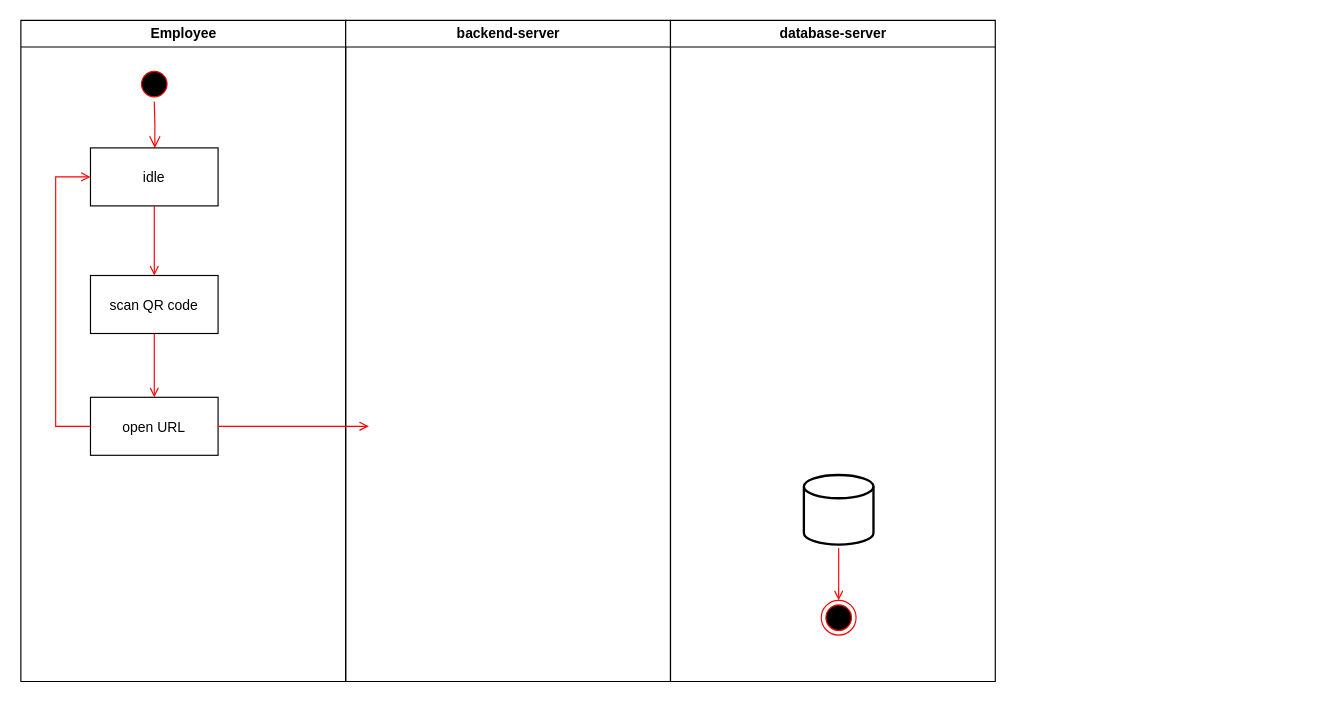
This is general-diagram.drawio from Hunkizzz/project-zebra-diagrams, a draw.io file, before an edit. Source tidied: cells renumbered, new cells numbered last; positions are measured from the earlier drawing's top-left corner, leaving out a move shared by most shapes. Both pictures are drawn from the tidied source at 116%, with x=0, y=0 at pixel (20, 20).
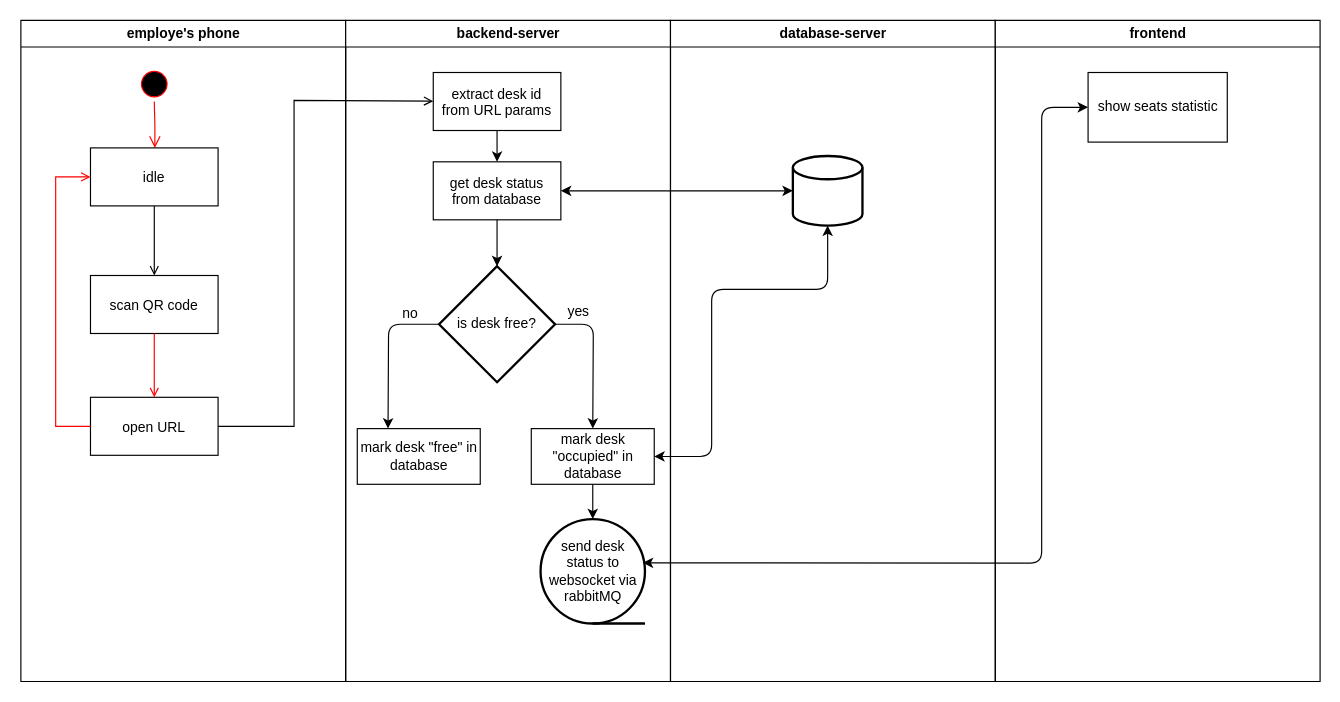
After the change.

Unchanged cells that the change refers to:
```xml
<mxCell id="5" value="idle" parent="2" vertex="1">
  <mxGeometry x="60" y="110" width="110" height="50" as="geometry" />
</mxCell>
<mxCell id="6" value="scan QR code" parent="2" vertex="1">
  <mxGeometry x="60" y="220" width="110" height="50" as="geometry" />
</mxCell>
<mxCell id="8" value="open URL" parent="2" vertex="1">
  <mxGeometry x="60" y="325" width="110" height="50" as="geometry" />
</mxCell>
<mxCell id="11" value="backend-server" style="swimlane;whiteSpace=wrap;" parent="1" vertex="1">
  <mxGeometry x="280.5" width="280" height="570" as="geometry" />
</mxCell>
<mxCell id="12" value="database-server" style="swimlane;whiteSpace=wrap;" parent="1" vertex="1">
  <mxGeometry x="560.5" width="280" height="570" as="geometry" />
</mxCell>
```

Change to the diagram source:
```diff
@@
-    <mxCell id="2" value="Employee" style="swimlane;whiteSpace=wrap;" parent="1" vertex="1">
+    <mxCell id="2" value="employe's phone" style="swimlane;whiteSpace=wrap;" parent="1" vertex="1">
       <mxGeometry x="0.5" width="280" height="570" as="geometry" />
     </mxCell>
@@
-    <mxCell id="7" style="endArrow=open;strokeColor=#FF0000;endFill=1;rounded=0;" parent="2" edge="1" source="5" target="6">
+    <mxCell id="7" style="endArrow=open;strokeColor=#000000;endFill=1;rounded=0;" parent="2" edge="1" source="5" target="6">
       <mxGeometry relative="1" as="geometry" />
     </mxCell>
@@
+    <mxCell id="17" value="is desk free?" style="strokeWidth=2;html=1;shape=mxgraph.flowchart.decision;whiteSpace=wrap;" parent="11" vertex="1">
+      <mxGeometry x="80.5" y="212" width="100" height="100" as="geometry" />
+    </mxCell>
+    <mxCell id="18" style="edgeStyle=orthogonalEdgeStyle;rounded=0;jettySize=auto;html=1;" parent="11" edge="1" source="19" target="20">
+      <mxGeometry relative="1" as="geometry" />
+    </mxCell>
+    <mxCell id="19" value="extract desk id &#10;from URL params" parent="11" vertex="1">
+      <mxGeometry x="75.5" y="45" width="110" height="50" as="geometry" />
+    </mxCell>
+    <mxCell id="20" value="get desk status &#10;from database" parent="11" vertex="1">
+      <mxGeometry x="75.5" y="122" width="110" height="50" as="geometry" />
+    </mxCell>
+    <mxCell id="21" style="endArrow=classic;html=1;" parent="11" edge="1" source="20" target="17">
+      <mxGeometry relative="1" as="geometry" />
+    </mxCell>
+    <mxCell id="22" style="endArrow=classic;html=1;entryX=0.5;entryY=0;entryDx=0;entryDy=0;" parent="11" edge="1" source="17" target="26">
+      <mxGeometry relative="1" as="geometry">
+        <Array as="points">
+          <mxPoint x="213.5" y="262" />
+        </Array>
+      </mxGeometry>
+    </mxCell>
+    <mxCell id="23" value="yes" style="text;html=1;align=center;verticalAlign=middle;labelBackgroundColor=#ffffff;" parent="22" vertex="1">
+      <mxGeometry x="-0.72" y="2" relative="1" as="geometry">
+        <mxPoint x="2.5" y="-10" as="offset" />
+      </mxGeometry>
+    </mxCell>
+    <mxCell id="24" style="endArrow=classic;html=1;exitX=0;exitY=0.5;exitDx=0;exitDy=0;exitPerimeter=0;entryX=0.25;entryY=0;entryDx=0;entryDy=0;" parent="11" edge="1" source="17" target="29">
+      <mxGeometry relative="1" as="geometry">
+        <Array as="points">
+          <mxPoint x="37" y="262" />
+        </Array>
+      </mxGeometry>
+    </mxCell>
+    <mxCell id="25" value="no" style="text;html=1;align=center;verticalAlign=middle;labelBackgroundColor=#ffffff;" parent="24" vertex="1">
+      <mxGeometry x="-0.68" y="-1" relative="1" as="geometry">
+        <mxPoint x="-4.5" y="-9" as="offset" />
+      </mxGeometry>
+    </mxCell>
+    <mxCell id="26" value="mark desk &quot;occupied&quot; in database" style="rounded=0;whiteSpace=wrap;html=1;" parent="11" vertex="1">
+      <mxGeometry x="160" y="352" width="106" height="48" as="geometry" />
+    </mxCell>
+    <mxCell id="27" style="endArrow=classic;html=1;entryX=0.5;entryY=0;entryDx=0;entryDy=0;entryPerimeter=0;" parent="11" edge="1" source="26" target="28">
+      <mxGeometry relative="1" as="geometry" />
+    </mxCell>
+    <mxCell id="28" value="&lt;span style=&quot;white-space: normal&quot;&gt;send desk status to websocket via rabbitMQ&lt;/span&gt;" style="strokeWidth=2;html=1;shape=mxgraph.flowchart.sequential_data;whiteSpace=wrap;" parent="11" vertex="1">
+      <mxGeometry x="168" y="430" width="90" height="90" as="geometry" />
+    </mxCell>
+    <mxCell id="29" value="mark desk &quot;free&quot; in database" style="rounded=0;whiteSpace=wrap;html=1;" parent="11" vertex="1">
+      <mxGeometry x="10" y="352" width="106" height="48" as="geometry" />
+    </mxCell>
@@
-    <mxCell id="13" style="ellipse;shape=endState;fillColor=#000000;strokeColor=#ff0000;" parent="12" vertex="1">
-      <mxGeometry x="130" y="500" width="30" height="30" as="geometry" />
-    </mxCell>
-    <mxCell id="14" style="endArrow=open;strokeColor=#FF0000;endFill=1;rounded=0;" parent="12" edge="1" target="13">
-      <mxGeometry relative="1" as="geometry">
-        <mxPoint x="145" y="455" as="sourcePoint" />
-      </mxGeometry>
-    </mxCell>
     <mxCell id="15" style="strokeWidth=2;html=1;shape=mxgraph.flowchart.database;whiteSpace=wrap;" parent="12" vertex="1">
-      <mxGeometry x="115" y="392" width="60" height="60" as="geometry" />
+      <mxGeometry x="105.5" y="117" width="60" height="60" as="geometry" />
     </mxCell>
+    <mxCell id="30" value="frontend" style="swimlane;whiteSpace=wrap;" parent="1" vertex="1">
+      <mxGeometry x="840.5" width="280" height="570" as="geometry" />
+    </mxCell>
+    <mxCell id="31" value="show seats statistic" style="rounded=0;whiteSpace=wrap;html=1;" parent="30" vertex="1">
+      <mxGeometry x="80" y="45" width="120" height="60" as="geometry" />
+    </mxCell>
-    <mxCell id="16" style="endArrow=open;strokeColor=#FF0000;endFill=1;rounded=0;" parent="1" edge="1" source="8">
+    <mxCell id="16" style="endArrow=open;strokeColor=#000000;endFill=1;rounded=0;" parent="1" edge="1" source="8" target="19">
       <mxGeometry relative="1" as="geometry">
-        <mxPoint x="300.5" y="350" as="targetPoint" />
+        <Array as="points">
+          <mxPoint x="236" y="350" />
+          <mxPoint x="236" y="69" />
+        </Array>
       </mxGeometry>
     </mxCell>
+    <mxCell id="32" style="endArrow=classic;startArrow=classic;html=1;exitX=1;exitY=0.5;exitDx=0;exitDy=0;" parent="1" edge="1" source="20" target="15">
+      <mxGeometry relative="1" as="geometry" />
+    </mxCell>
+    <mxCell id="33" style="endArrow=classic;startArrow=classic;html=1;exitX=1;exitY=0.5;exitDx=0;exitDy=0;" parent="1" edge="1" source="26" target="15">
+      <mxGeometry relative="1" as="geometry">
+        <Array as="points">
+          <mxPoint x="596" y="376" />
+          <mxPoint x="596" y="232" />
+          <mxPoint x="696" y="232" />
+        </Array>
+      </mxGeometry>
+    </mxCell>
+    <mxCell id="34" style="endArrow=classic;startArrow=classic;html=1;exitX=0.979;exitY=0.419;exitDx=0;exitDy=0;exitPerimeter=0;entryX=0;entryY=0.5;entryDx=0;entryDy=0;" parent="1" edge="1" source="28" target="31">
+      <mxGeometry relative="1" as="geometry">
+        <Array as="points">
+          <mxPoint x="880.5" y="468" />
+          <mxPoint x="880.5" y="75" />
+        </Array>
+      </mxGeometry>
+    </mxCell>
```
